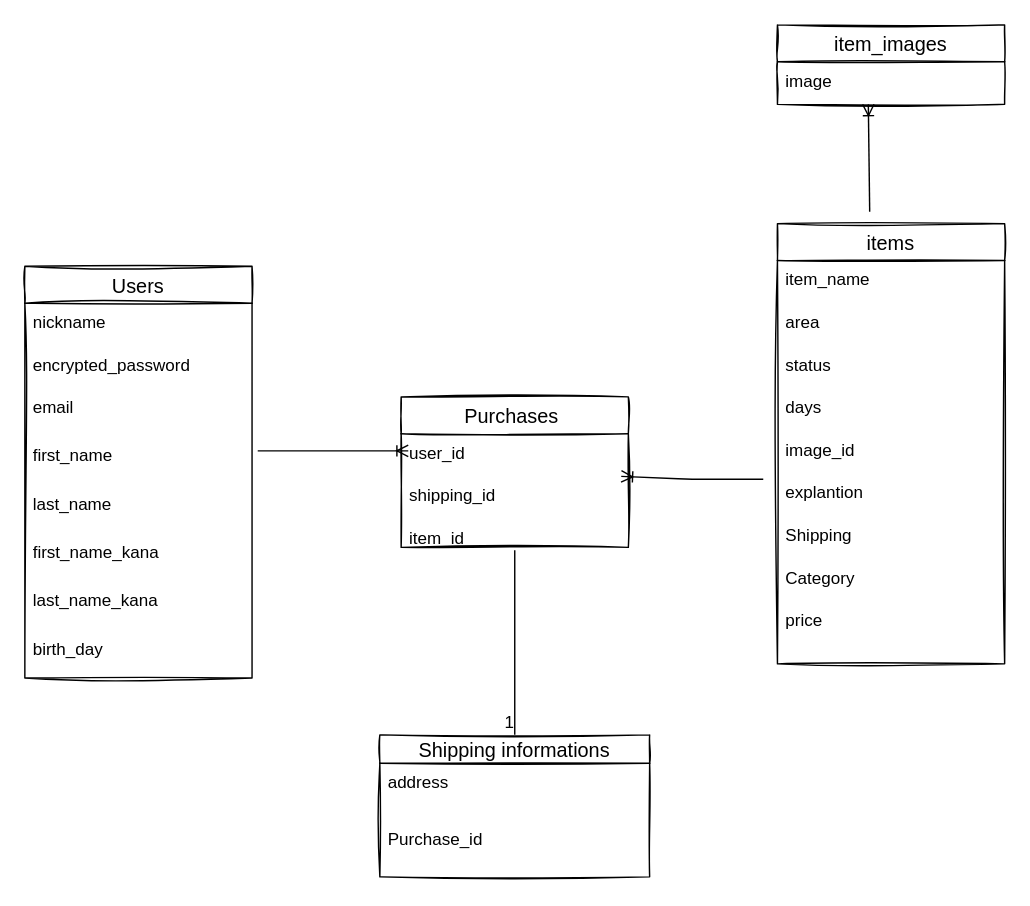
Before: test.dio in hiroki917/furima-36021, a draw.io diagram. Source tidied: cells renumbered, new cells numbered last; positions are measured from the earlier drawing's top-left corner, leaving out a move shared by most shapes. Both pictures are drawn from the tidied source at 142%, with x=0, y=0 at pixel (24, 24).
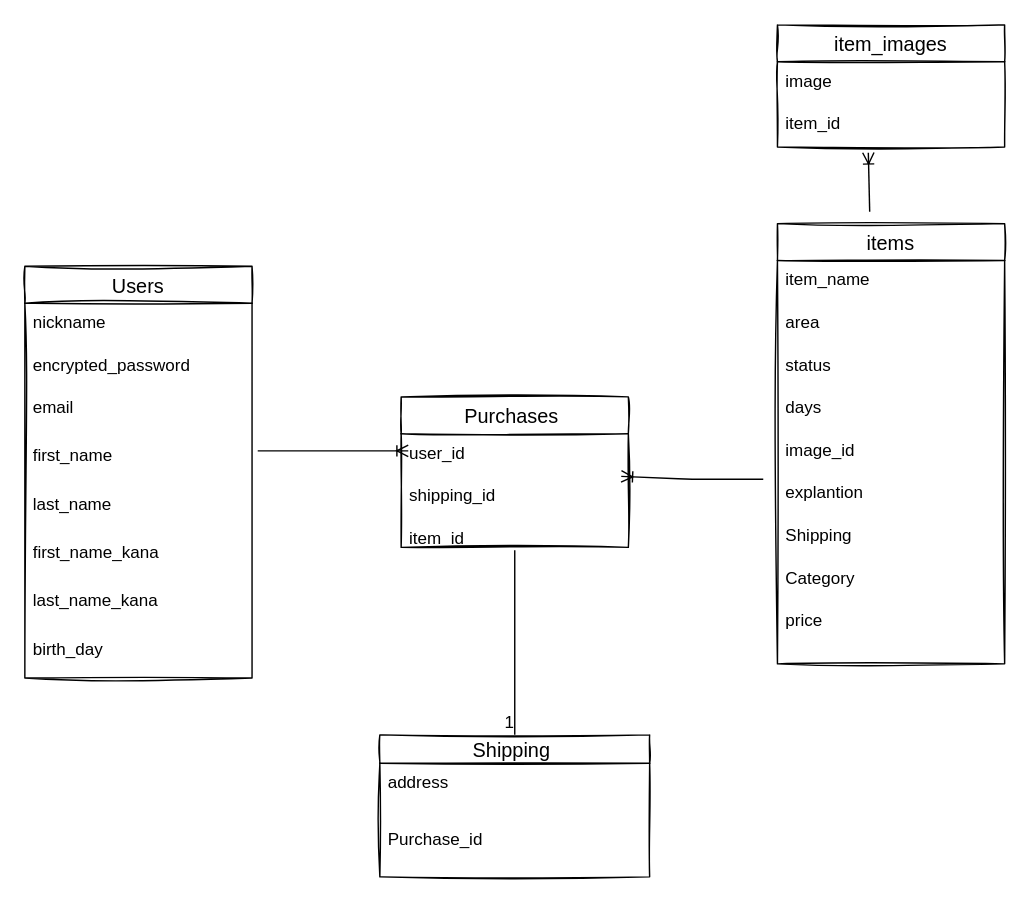
The same page after the edit.

Commit message (it also covers changes not shown here):
カラム追加

The change refers to these unchanged cells:
```xml
<mxCell id="11" value="items" style="swimlane;fontStyle=0;horizontal=1;startSize=26;align=center;fontSize=14;sketch=1;" parent="1" vertex="1">
  <mxGeometry x="530" y="140" width="160" height="310" as="geometry" />
</mxCell>
```

Change to the diagram source:
```diff
@@
-    <mxCell id="25" value="Shipping informations" style="swimlane;fontStyle=0;horizontal=1;startSize=20;align=center;fontSize=14;sketch=1;" parent="1" vertex="1">
+    <mxCell id="25" value="Shipping " style="swimlane;fontStyle=0;horizontal=1;startSize=20;align=center;fontSize=14;sketch=1;" parent="1" vertex="1">
       <mxGeometry x="250" y="500" width="190" height="100" as="geometry" />
     </mxCell>
@@
     <mxCell id="30" value="item_images" style="swimlane;fontStyle=0;horizontal=1;startSize=26;align=center;fontSize=14;sketch=1;" parent="1" vertex="1">
-      <mxGeometry x="530" width="160" height="56" as="geometry" />
+      <mxGeometry x="530" width="160" height="86" as="geometry" />
     </mxCell>
+    <mxCell id="35" value="image" style="text;strokeColor=none;fillColor=none;spacingLeft=4;spacingRight=4;overflow=hidden;fontSize=12;" parent="30" vertex="1">
+      <mxGeometry y="26" width="160" height="30" as="geometry" />
+    </mxCell>
-    <mxCell id="31" value="image" style="text;strokeColor=none;fillColor=none;spacingLeft=4;spacingRight=4;overflow=hidden;fontSize=12;" parent="30" vertex="1">
-      <mxGeometry y="26" width="160" height="30" as="geometry" />
+    <mxCell id="31" value="item_id&#10;" style="text;strokeColor=none;fillColor=none;spacingLeft=4;spacingRight=4;overflow=hidden;fontSize=12;" parent="30" vertex="1">
+      <mxGeometry y="56" width="160" height="30" as="geometry" />
     </mxCell>
@@
-    <mxCell id="33" style="fontSize=12;html=1;endArrow=ERoneToMany;entryX=0.4;entryY=1;entryDx=0;entryDy=0;entryPerimeter=0;exitX=0.406;exitY=-0.027;exitDx=0;exitDy=0;exitPerimeter=0;" parent="1" edge="1" source="11">
+    <mxCell id="33" style="fontSize=12;html=1;endArrow=ERoneToMany;exitX=0.406;exitY=-0.027;exitDx=0;exitDy=0;exitPerimeter=0;" parent="1" edge="1" source="11">
       <mxGeometry relative="1" as="geometry">
-        <mxPoint x="594" y="56" as="targetPoint" />
+        <mxPoint x="594" y="90" as="targetPoint" />
       </mxGeometry>
     </mxCell>
```
